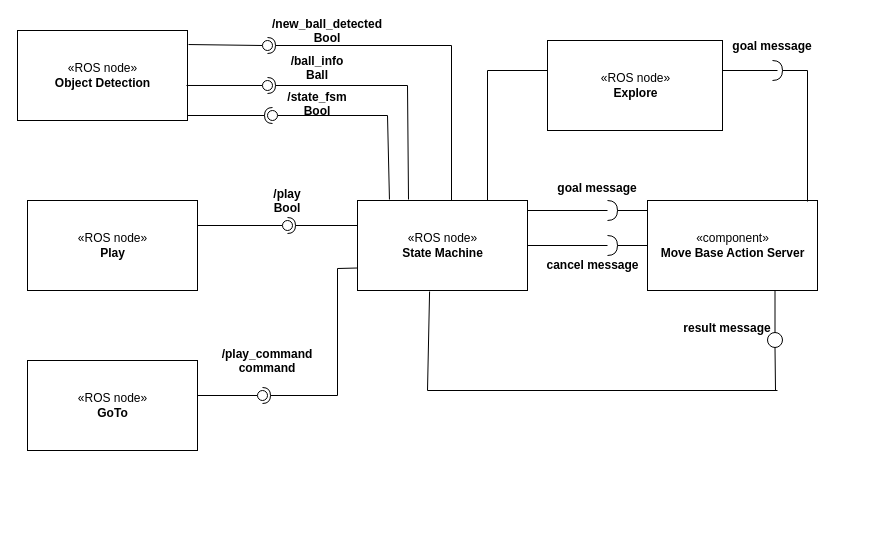
Above: Images/Architecture.drawio in chiaraterrile/exp_assignment3 (draw.io), before the change. Source tidied: cells renumbered, new cells numbered last; positions are measured from the earlier drawing's top-left corner, leaving out a move shared by most shapes. Both pictures are drawn from the tidied source at 100%, with x=0, y=0 at pixel (17, 24).
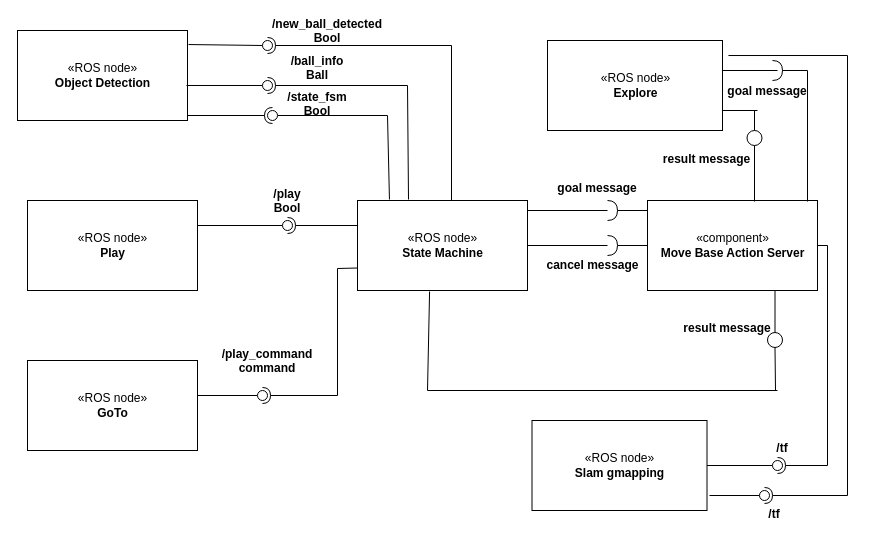
The same diagram, later.

Unchanged cells that the change refers to:
```xml
<mxCell id="6" value="«component»&lt;br&gt;&lt;b&gt;Move Base Action Server&lt;/b&gt;" style="html=1;" parent="1" vertex="1">
  <mxGeometry x="630" y="176" width="170" height="90" as="geometry" />
</mxCell>
<mxCell id="43" value="«ROS node»&lt;br&gt;&lt;b&gt;Explore&lt;/b&gt;" style="html=1;" parent="1" vertex="1">
  <mxGeometry x="530" y="16" width="175" height="90" as="geometry" />
</mxCell>
```

Diff of the diagram source:
```diff
@@
     <mxCell id="48" value="goal message" style="text;align=center;fontStyle=1;verticalAlign=middle;spacingLeft=3;spacingRight=3;strokeColor=none;" parent="1" vertex="1">
-      <mxGeometry x="715" y="8" width="80" height="26" as="geometry" />
+      <mxGeometry x="710" y="53" width="80" height="26" as="geometry" />
     </mxCell>
-    <mxCell id="49" style="endArrow=none;html=1;" parent="1" edge="1">
-      <mxGeometry relative="1" as="geometry">
-        <mxPoint x="470" y="176" as="sourcePoint" />
-        <mxPoint x="470" y="46" as="targetPoint" />
-      </mxGeometry>
-    </mxCell>
-    <mxCell id="50" style="endArrow=none;html=1;" parent="1" edge="1">
-      <mxGeometry relative="1" as="geometry">
-        <mxPoint x="470" y="46" as="sourcePoint" />
-        <mxPoint x="530" y="46" as="targetPoint" />
-      </mxGeometry>
-    </mxCell>
+    <mxCell id="51" style="verticalLabelPosition=bottom;verticalAlign=top;html=1;shape=mxgraph.flowchart.on-page_reference;" parent="1" vertex="1">
+      <mxGeometry x="729.5" y="106" width="15" height="15" as="geometry" />
+    </mxCell>
+    <mxCell id="52" style="endArrow=none;html=1;entryX=0.5;entryY=1;entryDx=0;entryDy=0;entryPerimeter=0;" parent="1" edge="1" target="51">
+      <mxGeometry relative="1" as="geometry">
+        <mxPoint x="737" y="177" as="sourcePoint" />
+      </mxGeometry>
+    </mxCell>
+    <mxCell id="53" style="edgeStyle=orthogonalEdgeStyle;rounded=0;jettySize=auto;html=1;entryX=1;entryY=0.5;entryDx=0;entryDy=0;entryPerimeter=0;" parent="1" edge="1" target="51">
+      <mxGeometry relative="1" as="geometry">
+        <mxPoint x="745" y="114" as="sourcePoint" />
+      </mxGeometry>
+    </mxCell>
+    <mxCell id="54" style="endArrow=none;html=1;exitX=0.5;exitY=0;exitDx=0;exitDy=0;exitPerimeter=0;" parent="1" edge="1" source="51">
+      <mxGeometry relative="1" as="geometry">
+        <mxPoint x="737" y="86" as="targetPoint" />
+      </mxGeometry>
+    </mxCell>
+    <mxCell id="55" style="endArrow=none;html=1;" parent="1" edge="1">
+      <mxGeometry relative="1" as="geometry">
+        <mxPoint x="705" y="86" as="sourcePoint" />
+        <mxPoint x="740" y="86" as="targetPoint" />
+      </mxGeometry>
+    </mxCell>
+    <mxCell id="56" value="result message" style="text;align=center;fontStyle=1;verticalAlign=middle;spacingLeft=3;spacingRight=3;strokeColor=none;" parent="1" vertex="1">
+      <mxGeometry x="649.5" y="121" width="80" height="26" as="geometry" />
+    </mxCell>
+    <mxCell id="57" value="«ROS node»&lt;br&gt;&lt;b&gt;Slam gmapping&lt;/b&gt;" style="html=1;" parent="1" vertex="1">
+      <mxGeometry x="514.5" y="396" width="175" height="90" as="geometry" />
+    </mxCell>
+    <mxCell id="58" style="rounded=0;jettySize=auto;html=1;endArrow=none;endFill=0;exitX=1;exitY=0.5;exitDx=0;exitDy=0;" parent="1" edge="1" source="57" target="60">
+      <mxGeometry relative="1" as="geometry" />
+    </mxCell>
+    <mxCell id="59" style="rounded=0;jettySize=auto;html=1;endArrow=halfCircle;endFill=0;entryX=0.5;entryY=0.5;entryDx=0;entryDy=0;endSize=6;strokeWidth=1;exitX=1;exitY=0.5;exitDx=0;exitDy=0;" parent="1" edge="1" source="6" target="60">
+      <mxGeometry relative="1" as="geometry">
+        <Array as="points">
+          <mxPoint x="810" y="221" />
+          <mxPoint x="810" y="441" />
+        </Array>
+      </mxGeometry>
+    </mxCell>
+    <mxCell id="60" style="ellipse;whiteSpace=wrap;html=1;fontFamily=Helvetica;fontSize=12;fontColor=#000000;align=center;strokeColor=#000000;fillColor=#ffffff;points=[];" parent="1" vertex="1">
+      <mxGeometry x="755" y="436" width="10" height="10" as="geometry" />
+    </mxCell>
+    <mxCell id="61" value="/tf" style="text;align=center;fontStyle=1;verticalAlign=middle;spacingLeft=3;spacingRight=3;strokeColor=none;" parent="1" vertex="1">
+      <mxGeometry x="725" y="410" width="80" height="26" as="geometry" />
+    </mxCell>
+    <mxCell id="62" style="rounded=0;jettySize=auto;html=1;endArrow=none;endFill=0;" parent="1" edge="1" target="64">
+      <mxGeometry relative="1" as="geometry">
+        <mxPoint x="692" y="471" as="sourcePoint" />
+      </mxGeometry>
+    </mxCell>
+    <mxCell id="63" style="rounded=0;jettySize=auto;html=1;endArrow=halfCircle;endFill=0;entryX=0.5;entryY=0.5;entryDx=0;entryDy=0;endSize=6;strokeWidth=1;exitX=1.034;exitY=0.167;exitDx=0;exitDy=0;exitPerimeter=0;" parent="1" edge="1" source="43" target="64">
+      <mxGeometry relative="1" as="geometry">
+        <Array as="points">
+          <mxPoint x="830" y="31" />
+          <mxPoint x="830" y="471" />
+        </Array>
+      </mxGeometry>
+    </mxCell>
+    <mxCell id="64" style="ellipse;whiteSpace=wrap;html=1;fontFamily=Helvetica;fontSize=12;fontColor=#000000;align=center;strokeColor=#000000;fillColor=#ffffff;points=[];" parent="1" vertex="1">
+      <mxGeometry x="742" y="466" width="10" height="10" as="geometry" />
+    </mxCell>
+    <mxCell id="65" value="/tf" style="text;align=center;fontStyle=1;verticalAlign=middle;spacingLeft=3;spacingRight=3;strokeColor=none;" parent="1" vertex="1">
+      <mxGeometry x="717" y="476" width="80" height="26" as="geometry" />
+    </mxCell>
```
